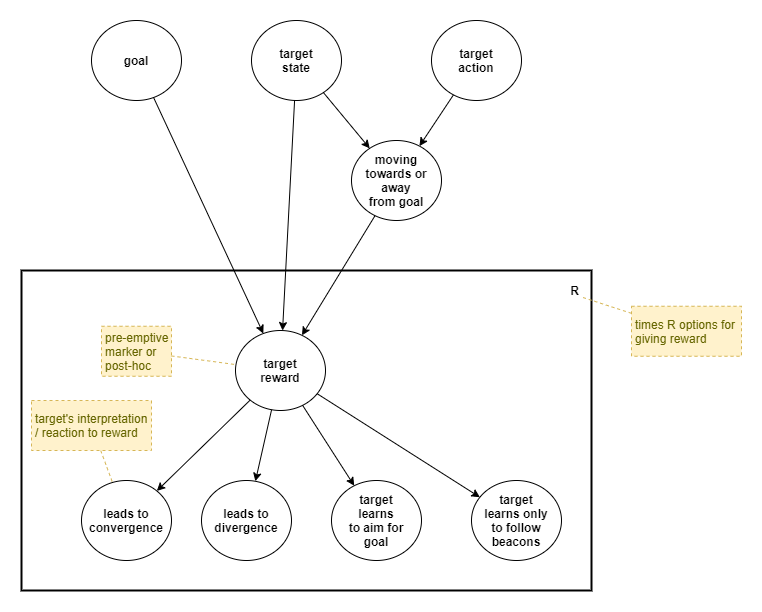
This is files/Autonomous-monitoring-and-control-reward-options.png from malcolmlett/malcolmlett.github.io, a draw.io export, as it was before one commit. Source tidied: cells renumbered, new cells last; positions are measured from the earlier drawing's top-left corner, leaving out a move shared by most shapes. Source of this version:
```xml
<mxGraphModel>
  <root>
    <mxCell id="0" />
    <mxCell id="1" parent="0" />
    <mxCell id="2" style="edgeStyle=none;rounded=0;jettySize=auto;html=1;fontSize=12;" parent="1" edge="1" source="3" target="15">
      <mxGeometry relative="1" as="geometry" />
    </mxCell>
    <mxCell id="3" value="&lt;b&gt;goal&lt;br&gt;&lt;/b&gt;" style="ellipse;whiteSpace=wrap;html=1;fontSize=12;align=center;fillColor=none;fontColor=#000000;" parent="1" vertex="1">
      <mxGeometry x="70" width="90" height="80" as="geometry" />
    </mxCell>
    <mxCell id="4" style="edgeStyle=none;rounded=0;jettySize=auto;html=1;fontSize=12;" parent="1" edge="1" source="6" target="15">
      <mxGeometry relative="1" as="geometry" />
    </mxCell>
    <mxCell id="5" style="edgeStyle=none;rounded=0;jettySize=auto;html=1;fontSize=12;fontColor=#000000;" parent="1" edge="1" source="6" target="10">
      <mxGeometry relative="1" as="geometry" />
    </mxCell>
    <mxCell id="6" value="&lt;b&gt;target&lt;br&gt;state&lt;br&gt;&lt;/b&gt;" style="ellipse;whiteSpace=wrap;html=1;fontSize=12;align=center;fillColor=none;fontColor=#000000;" parent="1" vertex="1">
      <mxGeometry x="230" width="90" height="80" as="geometry" />
    </mxCell>
    <mxCell id="7" style="edgeStyle=none;rounded=0;jettySize=auto;html=1;fontSize=12;fontColor=#000000;" parent="1" edge="1" source="8" target="10">
      <mxGeometry relative="1" as="geometry" />
    </mxCell>
    <mxCell id="8" value="&lt;b&gt;target&lt;br&gt;action&lt;br&gt;&lt;/b&gt;" style="ellipse;whiteSpace=wrap;html=1;fontSize=12;align=center;fillColor=none;fontColor=#000000;" parent="1" vertex="1">
      <mxGeometry x="410" width="90" height="80" as="geometry" />
    </mxCell>
    <mxCell id="9" style="edgeStyle=none;rounded=0;jettySize=auto;html=1;fontSize=12;fontColor=#000000;" parent="1" edge="1" source="10" target="15">
      <mxGeometry relative="1" as="geometry" />
    </mxCell>
    <mxCell id="10" value="&lt;b&gt;moving towards or&lt;br&gt;away&lt;br&gt;from goal&lt;br&gt;&lt;/b&gt;" style="ellipse;whiteSpace=wrap;html=1;fontSize=12;align=center;fillColor=none;fontColor=#000000;" parent="1" vertex="1">
      <mxGeometry x="330" y="120" width="90" height="80" as="geometry" />
    </mxCell>
    <mxCell id="11" style="edgeStyle=none;rounded=0;jettySize=auto;html=1;fontSize=12;fontColor=#000000;" parent="1" edge="1" source="15" target="16">
      <mxGeometry relative="1" as="geometry" />
    </mxCell>
    <mxCell id="12" style="edgeStyle=none;rounded=0;jettySize=auto;html=1;fontSize=12;fontColor=#000000;" parent="1" edge="1" source="15" target="17">
      <mxGeometry relative="1" as="geometry" />
    </mxCell>
    <mxCell id="13" style="edgeStyle=none;rounded=0;jettySize=auto;html=1;fontSize=12;fontColor=#000000;" parent="1" edge="1" source="15" target="18">
      <mxGeometry relative="1" as="geometry" />
    </mxCell>
    <mxCell id="14" style="edgeStyle=none;rounded=0;jettySize=auto;html=1;fontSize=12;fontColor=#000000;" parent="1" edge="1" source="15" target="19">
      <mxGeometry relative="1" as="geometry" />
    </mxCell>
    <mxCell id="15" value="&lt;b&gt;target&lt;br&gt;reward&lt;br&gt;&lt;/b&gt;" style="ellipse;whiteSpace=wrap;html=1;fontSize=12;align=center;fillColor=none;fontColor=#000000;" parent="1" vertex="1">
      <mxGeometry x="214" y="310" width="90" height="80" as="geometry" />
    </mxCell>
    <mxCell id="16" value="&lt;b&gt;leads to&lt;br&gt;convergence&lt;br&gt;&lt;/b&gt;" style="ellipse;whiteSpace=wrap;html=1;fontSize=12;align=center;fillColor=none;fontColor=#000000;" parent="1" vertex="1">
      <mxGeometry x="60" y="460" width="90" height="80" as="geometry" />
    </mxCell>
    <mxCell id="17" value="&lt;b&gt;leads to&lt;br&gt;divergence&lt;br&gt;&lt;/b&gt;" style="ellipse;whiteSpace=wrap;html=1;fontSize=12;align=center;fillColor=none;fontColor=#000000;" parent="1" vertex="1">
      <mxGeometry x="180" y="460" width="90" height="80" as="geometry" />
    </mxCell>
    <mxCell id="18" value="&lt;b&gt;target&lt;br&gt;learns&lt;br&gt;to aim for&lt;br&gt;goal&lt;br&gt;&lt;/b&gt;" style="ellipse;whiteSpace=wrap;html=1;fontSize=12;align=center;fillColor=none;fontColor=#000000;" parent="1" vertex="1">
      <mxGeometry x="310" y="460" width="90" height="80" as="geometry" />
    </mxCell>
    <mxCell id="19" value="&lt;b&gt;target&lt;br&gt;learns only&lt;br&gt;to follow&lt;br&gt;beacons&lt;br&gt;&lt;/b&gt;" style="ellipse;whiteSpace=wrap;html=1;fontSize=12;align=center;fillColor=none;fontColor=#000000;" parent="1" vertex="1">
      <mxGeometry x="450" y="460" width="90" height="80" as="geometry" />
    </mxCell>
    <mxCell id="20" value="pre-emptive marker or post-hoc" style="rounded=0;whiteSpace=wrap;html=1;align=left;fillColor=#fff2cc;strokeColor=#d6b656;fontColor=#666600;dashed=1;spacingLeft=2;spacingRight=2;" parent="1" vertex="1">
      <mxGeometry x="80" y="305.8" width="70" height="50" as="geometry" />
    </mxCell>
    <mxCell id="21" style="rounded=0;jumpStyle=none;jettySize=auto;html=1;strokeWidth=1;fontColor=#666600;dashed=1;strokeColor=#d6b656;fillColor=#fff2cc;endArrow=none;endFill=0;" parent="1" edge="1" source="20" target="15">
      <mxGeometry relative="1" as="geometry" />
    </mxCell>
    <mxCell id="22" style="rounded=0;jumpStyle=none;jettySize=auto;html=1;strokeWidth=1;fontColor=#666600;dashed=1;strokeColor=#d6b656;fillColor=#fff2cc;endArrow=none;endFill=0;" parent="1" edge="1" source="23" target="16">
      <mxGeometry relative="1" as="geometry" />
    </mxCell>
    <mxCell id="23" value="target's interpretation / reaction to reward" style="rounded=0;whiteSpace=wrap;html=1;align=left;fillColor=#fff2cc;strokeColor=#d6b656;fontColor=#666600;dashed=1;spacingLeft=2;spacingRight=2;" parent="1" vertex="1">
      <mxGeometry x="10" y="380" width="120" height="50" as="geometry" />
    </mxCell>
    <mxCell id="24" style="rounded=0;whiteSpace=wrap;html=1;fontSize=12;fontColor=#000000;align=center;fillColor=none;strokeWidth=2;" parent="1" vertex="1">
      <mxGeometry y="250" width="570" height="320" as="geometry" />
    </mxCell>
    <mxCell id="25" value="R" style="text;html=1;strokeColor=none;fillColor=none;align=right;verticalAlign=middle;whiteSpace=wrap;rounded=0;fontSize=12;fontColor=#000000;fontStyle=1;" parent="1" vertex="1">
      <mxGeometry x="520" y="260" width="40" height="20" as="geometry" />
    </mxCell>
    <mxCell id="26" value="times R options for giving reward" style="rounded=0;whiteSpace=wrap;html=1;align=left;fillColor=#fff2cc;strokeColor=#d6b656;fontColor=#666600;dashed=1;spacingLeft=2;spacingRight=2;" parent="1" vertex="1">
      <mxGeometry x="610" y="285.8" width="110" height="50" as="geometry" />
    </mxCell>
    <mxCell id="27" style="rounded=0;jumpStyle=none;jettySize=auto;html=1;strokeWidth=1;fontColor=#666600;dashed=1;strokeColor=#d6b656;fillColor=#fff2cc;endArrow=none;endFill=0;" parent="1" edge="1" source="26" target="25">
      <mxGeometry relative="1" as="geometry" />
    </mxCell>
  </root>
</mxGraphModel>
```
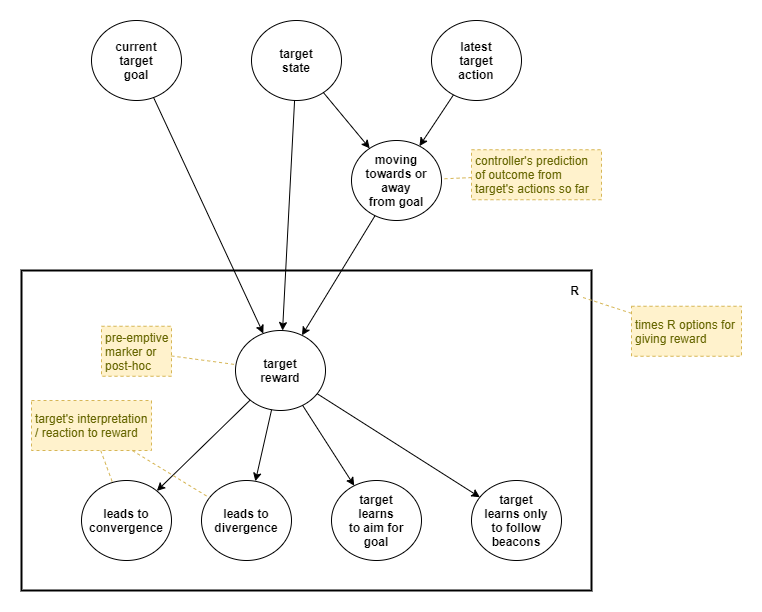
The same diagram one commit later.

Commit message:
Rest of target reward section

Change to the diagram source:
```diff
@@ -2,10 +2,13 @@
   <root>
     <mxCell id="0" />
     <mxCell id="1" parent="0" />
+    <mxCell id="24" style="rounded=0;whiteSpace=wrap;html=1;fontSize=12;fontColor=#000000;align=center;fillColor=none;strokeWidth=2;" parent="1" vertex="1">
+      <mxGeometry y="250" width="570" height="320" as="geometry" />
+    </mxCell>
     <mxCell id="2" style="edgeStyle=none;rounded=0;jettySize=auto;html=1;fontSize=12;" parent="1" edge="1" source="3" target="15">
       <mxGeometry relative="1" as="geometry" />
     </mxCell>
-    <mxCell id="3" value="&lt;b&gt;goal&lt;br&gt;&lt;/b&gt;" style="ellipse;whiteSpace=wrap;html=1;fontSize=12;align=center;fillColor=none;fontColor=#000000;" parent="1" vertex="1">
+    <mxCell id="3" value="&lt;b&gt;current&lt;br&gt;target&lt;br&gt;goal&lt;br&gt;&lt;/b&gt;" style="ellipse;whiteSpace=wrap;html=1;fontSize=12;align=center;fillColor=none;fontColor=#000000;" parent="1" vertex="1">
       <mxGeometry x="70" width="90" height="80" as="geometry" />
     </mxCell>
     <mxCell id="4" style="edgeStyle=none;rounded=0;jettySize=auto;html=1;fontSize=12;" parent="1" edge="1" source="6" target="15">
@@ -20,7 +23,7 @@
     <mxCell id="7" style="edgeStyle=none;rounded=0;jettySize=auto;html=1;fontSize=12;fontColor=#000000;" parent="1" edge="1" source="8" target="10">
       <mxGeometry relative="1" as="geometry" />
     </mxCell>
-    <mxCell id="8" value="&lt;b&gt;target&lt;br&gt;action&lt;br&gt;&lt;/b&gt;" style="ellipse;whiteSpace=wrap;html=1;fontSize=12;align=center;fillColor=none;fontColor=#000000;" parent="1" vertex="1">
+    <mxCell id="8" value="&lt;b&gt;latest&lt;br&gt;target&lt;br&gt;action&lt;br&gt;&lt;/b&gt;" style="ellipse;whiteSpace=wrap;html=1;fontSize=12;align=center;fillColor=none;fontColor=#000000;" parent="1" vertex="1">
       <mxGeometry x="410" width="90" height="80" as="geometry" />
     </mxCell>
     <mxCell id="9" style="edgeStyle=none;rounded=0;jettySize=auto;html=1;fontSize=12;fontColor=#000000;" parent="1" edge="1" source="10" target="15">
@@ -68,9 +71,6 @@
     <mxCell id="23" value="target's interpretation / reaction to reward" style="rounded=0;whiteSpace=wrap;html=1;align=left;fillColor=#fff2cc;strokeColor=#d6b656;fontColor=#666600;dashed=1;spacingLeft=2;spacingRight=2;" parent="1" vertex="1">
       <mxGeometry x="10" y="380" width="120" height="50" as="geometry" />
     </mxCell>
-    <mxCell id="24" style="rounded=0;whiteSpace=wrap;html=1;fontSize=12;fontColor=#000000;align=center;fillColor=none;strokeWidth=2;" parent="1" vertex="1">
-      <mxGeometry y="250" width="570" height="320" as="geometry" />
-    </mxCell>
     <mxCell id="25" value="R" style="text;html=1;strokeColor=none;fillColor=none;align=right;verticalAlign=middle;whiteSpace=wrap;rounded=0;fontSize=12;fontColor=#000000;fontStyle=1;" parent="1" vertex="1">
       <mxGeometry x="520" y="260" width="40" height="20" as="geometry" />
     </mxCell>
@@ -80,5 +80,14 @@
     <mxCell id="27" style="rounded=0;jumpStyle=none;jettySize=auto;html=1;strokeWidth=1;fontColor=#666600;dashed=1;strokeColor=#d6b656;fillColor=#fff2cc;endArrow=none;endFill=0;" parent="1" edge="1" source="26" target="25">
       <mxGeometry relative="1" as="geometry" />
     </mxCell>
+    <mxCell id="28" style="rounded=0;jumpStyle=none;jettySize=auto;html=1;strokeWidth=1;fontColor=#666600;dashed=1;strokeColor=#d6b656;fillColor=#fff2cc;endArrow=none;endFill=0;" parent="1" edge="1" source="23" target="17">
+      <mxGeometry relative="1" as="geometry" />
+    </mxCell>
+    <mxCell id="29" value="controller's prediction of outcome from target's actions so far" style="rounded=0;whiteSpace=wrap;html=1;align=left;fillColor=#fff2cc;strokeColor=#d6b656;fontColor=#666600;dashed=1;spacingLeft=2;spacingRight=2;" parent="1" vertex="1">
+      <mxGeometry x="450" y="129.2" width="130" height="50" as="geometry" />
+    </mxCell>
+    <mxCell id="30" style="rounded=0;jumpStyle=none;jettySize=auto;html=1;strokeWidth=1;fontColor=#666600;dashed=1;strokeColor=#d6b656;fillColor=#fff2cc;endArrow=none;endFill=0;" parent="1" edge="1" source="29" target="10">
+      <mxGeometry relative="1" as="geometry" />
+    </mxCell>
   </root>
 </mxGraphModel>
```
